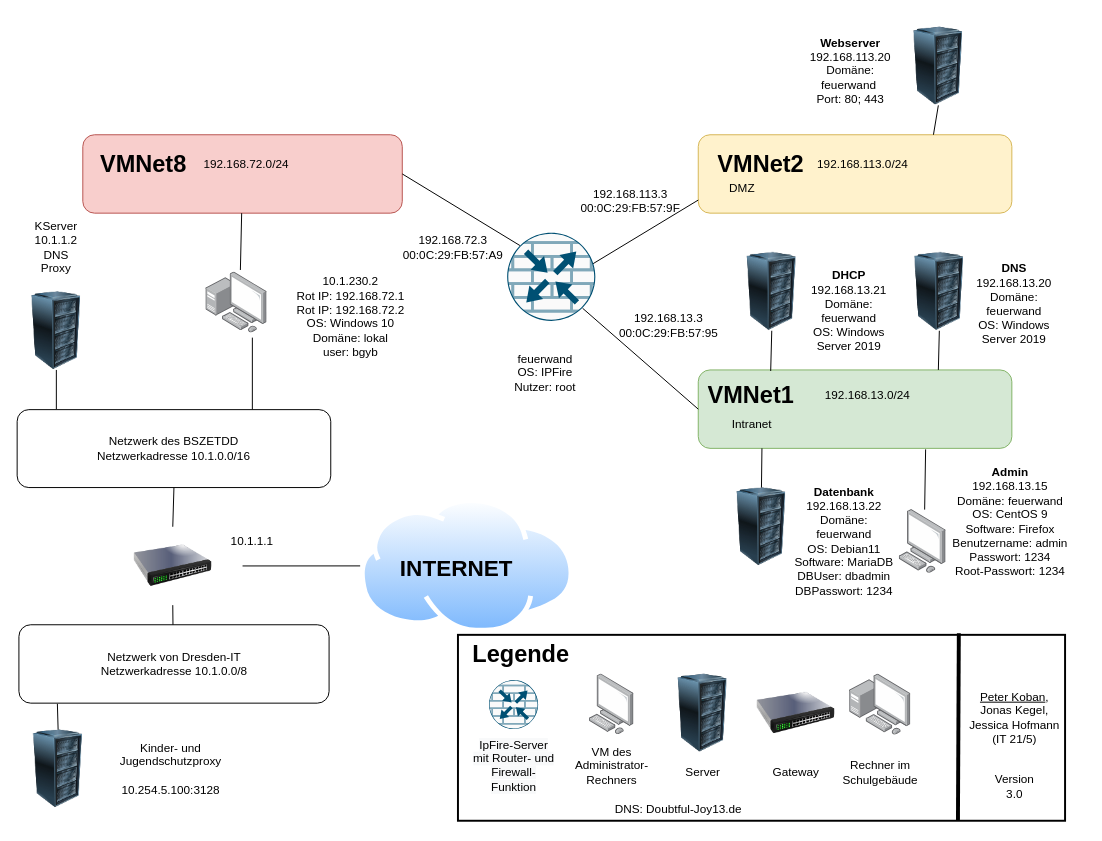
This is Netzwerkplan.drawio from peterLERNSAX/lf9-feuerwand, a draw.io file, before an edit. Source tidied: cells renumbered, new cells numbered last; positions are measured from the earlier drawing's top-left corner, leaving out a move shared by most shapes. Both pictures are drawn from the tidied source at 98%, with x=0, y=0 at pixel (17, 17).
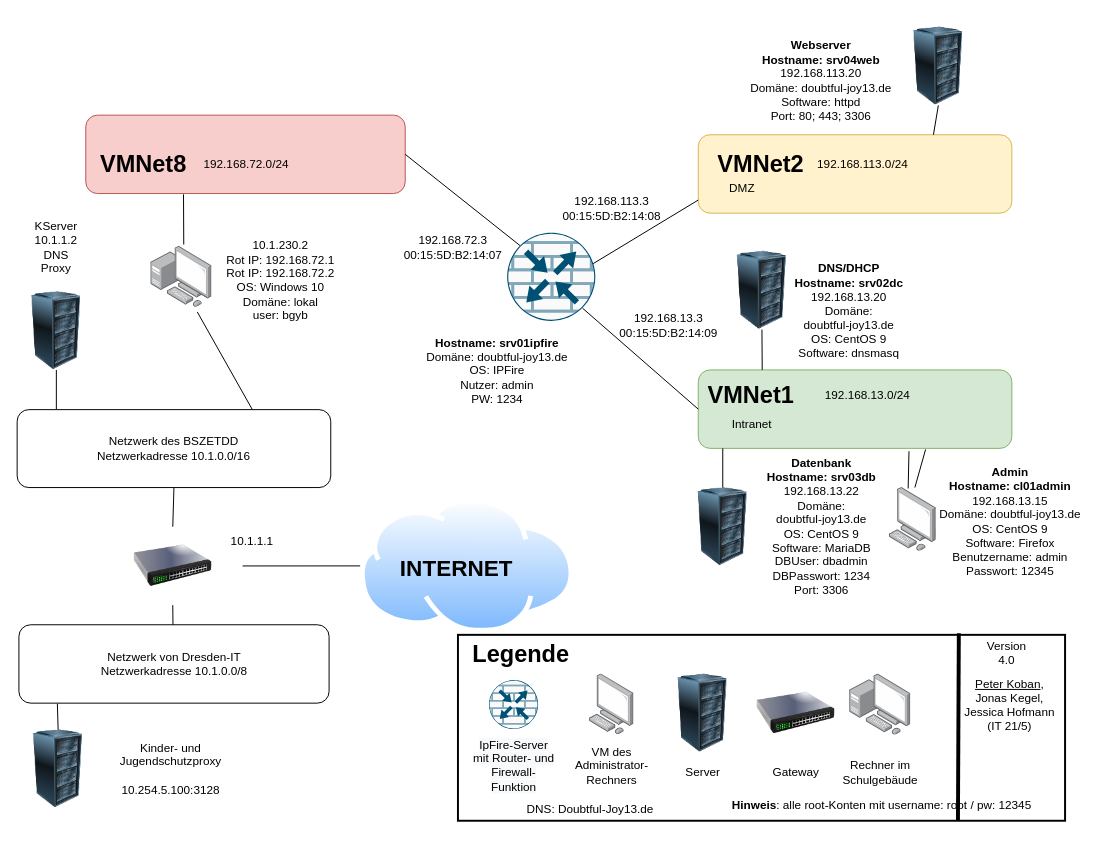
The same diagram, later.

Unchanged cells that the change refers to:
```xml
<mxCell id="6" style="rounded=1;whiteSpace=wrap;html=1;fillColor=#d5e8d4;strokeColor=#82b366;" parent="1" vertex="1">
  <mxGeometry x="695" y="360" width="320" height="80" as="geometry" />
</mxCell>
```

Diff of the diagram source:
```diff
@@
     <mxCell id="7" style="rounded=1;whiteSpace=wrap;html=1;fillColor=#f8cecc;strokeColor=#b85450;" parent="1" vertex="1">
-      <mxGeometry x="67" y="120" width="326" height="80" as="geometry" />
+      <mxGeometry x="70" y="100" width="326" height="80" as="geometry" />
     </mxCell>
@@
     <mxCell id="12" style="points=[];html=1;align=center;shadow=0;dashed=0;image;image=img/lib/allied_telesis/computer_and_terminals/Personal_Computer.svg;" parent="1" vertex="1">
-      <mxGeometry x="900" y="502.5" width="48" height="65" as="geometry" />
+      <mxGeometry x="890" y="480" width="48" height="65" as="geometry" />
     </mxCell>
@@
-    <mxCell id="19" value="&lt;div&gt;&lt;b&gt;Admin&lt;/b&gt;&lt;/div&gt;&lt;div&gt;192.168.13.15&lt;/div&gt;&lt;div&gt;Domäne: feuerwand&lt;/div&gt;&lt;div&gt;&lt;span style=&quot;background-color: initial;&quot;&gt;OS: CentOS 9&lt;/span&gt;&lt;br&gt;&lt;/div&gt;&lt;div&gt;Software: Firefox&lt;/div&gt;&lt;div&gt;Benutzername: admin&lt;/div&gt;&lt;div&gt;Passwort: 1234&lt;/div&gt;&lt;div&gt;Root-Passwort: 1234&lt;br&gt;&lt;/div&gt;" style="text;html=1;strokeColor=none;fillColor=none;align=center;verticalAlign=middle;whiteSpace=wrap;rounded=0;" parent="1" vertex="1">
+    <mxCell id="19" value="&lt;div&gt;&lt;b&gt;Admin&lt;/b&gt;&lt;/div&gt;&lt;div&gt;&lt;b&gt;Hostname: cl01admin&lt;/b&gt;&lt;/div&gt;&lt;div&gt;192.168.13.15&lt;/div&gt;&lt;div&gt;Domäne: doubtful-joy13.de&lt;/div&gt;&lt;div&gt;&lt;span&gt;OS: CentOS 9&lt;/span&gt;&lt;br&gt;&lt;/div&gt;&lt;div&gt;Software: Firefox&lt;/div&gt;&lt;div&gt;Benutzername: admin&lt;/div&gt;&lt;div&gt;Passwort: 12345&lt;/div&gt;" style="text;html=1;strokeColor=none;fillColor=none;align=center;verticalAlign=middle;whiteSpace=wrap;rounded=0;" parent="1" vertex="1">
       <mxGeometry x="938" y="440" width="151" height="150" as="geometry" />
     </mxCell>
-    <mxCell id="20" value="&lt;div&gt;192.168.13.3&lt;/div&gt;00:0C:29:FB:57:95" style="text;html=1;strokeColor=none;fillColor=none;align=center;verticalAlign=middle;whiteSpace=wrap;rounded=0;" parent="1" vertex="1">
+    <mxCell id="20" value="&lt;div&gt;192.168.13.3&lt;/div&gt;&lt;div&gt;00:15:5D:B2:14:09&lt;/div&gt;" style="text;html=1;strokeColor=none;fillColor=none;align=center;verticalAlign=middle;whiteSpace=wrap;rounded=0;" parent="1" vertex="1">
       <mxGeometry x="620" y="300" width="90" height="30" as="geometry" />
     </mxCell>
-    <mxCell id="21" value="&lt;div&gt;192.168.113.3&lt;/div&gt;&lt;div&gt;00:0C:29:FB:57:9F&lt;br&gt;&lt;/div&gt;&lt;div&gt;&lt;br&gt;&lt;/div&gt;" style="text;html=1;strokeColor=none;fillColor=none;align=center;verticalAlign=middle;whiteSpace=wrap;rounded=0;" parent="1" vertex="1">
-      <mxGeometry x="580.8" y="180" width="90" height="30" as="geometry" />
+    <mxCell id="21" value="&lt;div&gt;192.168.113.3&lt;/div&gt;&lt;div&gt;00:15:5D:B2:14:08&lt;br&gt;&lt;/div&gt;" style="text;html=1;strokeColor=none;fillColor=none;align=center;verticalAlign=middle;whiteSpace=wrap;rounded=0;" parent="1" vertex="1">
+      <mxGeometry x="561.7" y="180" width="90" height="30" as="geometry" />
     </mxCell>
-    <mxCell id="22" value="&lt;div&gt;192.168.72.3&lt;/div&gt;00:0C:29:FB:57:A9" style="text;html=1;strokeColor=none;fillColor=none;align=center;verticalAlign=middle;whiteSpace=wrap;rounded=0;" parent="1" vertex="1">
+    <mxCell id="22" value="&lt;div&gt;192.168.72.3&lt;/div&gt;00:15:5D:B2:14:07" style="text;html=1;strokeColor=none;fillColor=none;align=center;verticalAlign=middle;whiteSpace=wrap;rounded=0;" parent="1" vertex="1">
       <mxGeometry x="400" y="220" width="90" height="30" as="geometry" />
     </mxCell>
@@
-    <mxCell id="24" value="&lt;font style=&quot;font-size: 12px; line-height: 1;&quot;&gt;&lt;b&gt;Webserver&lt;br&gt;&lt;/b&gt;192.168.113.20&lt;br&gt;Domäne: feuerwand&amp;nbsp;&lt;br&gt;Port: 80; 443&lt;/font&gt;" style="text;html=1;strokeColor=none;fillColor=none;align=center;verticalAlign=middle;whiteSpace=wrap;rounded=0;" parent="1" vertex="1">
-      <mxGeometry x="800" width="101" height="110" as="geometry" />
+    <mxCell id="24" value="&lt;font style=&quot;font-size: 12px ; line-height: 1&quot;&gt;&lt;b&gt;Webserver&lt;br&gt;Hostname: srv04web&lt;br&gt;&lt;/b&gt;192.168.113.20&lt;br&gt;Domäne: doubtful-joy13.de&lt;br&gt;Software: httpd&lt;br&gt;Port: 80; 443; 3306&lt;/font&gt;" style="text;html=1;strokeColor=none;fillColor=none;align=center;verticalAlign=middle;whiteSpace=wrap;rounded=0;" parent="1" vertex="1">
+      <mxGeometry x="740" y="10" width="161" height="110" as="geometry" />
     </mxCell>
     <mxCell id="25" style="points=[];html=1;align=center;shadow=0;dashed=0;image;image=img/lib/allied_telesis/computer_and_terminals/Personal_Computer_with_Server.svg;" parent="1" vertex="1">
-      <mxGeometry x="192.6" y="260" width="62.4" height="62.4" as="geometry" />
+      <mxGeometry x="136.4" y="233.8" width="62.4" height="62.4" as="geometry" />
     </mxCell>
@@
-    <mxCell id="28" style="image;html=1;image=img/lib/clip_art/computers/Server_Rack_128x128.png;" parent="1" vertex="1">
-      <mxGeometry x="901" y="240" width="80" height="80" as="geometry" />
-    </mxCell>
-    <mxCell id="29" value="&lt;b&gt;DNS&lt;/b&gt;&lt;br&gt;&lt;div&gt;192.168.13.20&lt;/div&gt;&lt;div&gt;Domäne: feuerwand&lt;/div&gt;&lt;div&gt;OS: Windows Server 2019&lt;/div&gt;&lt;div&gt;&lt;br&gt;&lt;/div&gt;" style="text;html=1;strokeColor=none;fillColor=none;align=center;verticalAlign=middle;whiteSpace=wrap;rounded=0;" parent="1" vertex="1">
-      <mxGeometry x="964.5" y="240" width="105" height="120" as="geometry" />
-    </mxCell>
     <mxCell id="30" style="image;html=1;image=img/lib/clip_art/computers/Server_Rack_128x128.png;" parent="1" vertex="1">
-      <mxGeometry x="730" y="240" width="80" height="80" as="geometry" />
+      <mxGeometry x="720" y="238.8" width="80" height="80" as="geometry" />
     </mxCell>
-    <mxCell id="31" value="&lt;b&gt;DHCP&lt;/b&gt;&lt;br&gt;192.168.13.21&lt;br&gt;Domäne:&lt;br&gt;&lt;div&gt;feuerwand&lt;/div&gt;&lt;div&gt;OS: Windows Server 2019&lt;br&gt;&lt;/div&gt;" style="text;html=1;strokeColor=none;fillColor=none;align=center;verticalAlign=middle;whiteSpace=wrap;rounded=0;" parent="1" vertex="1">
-      <mxGeometry x="798" y="250" width="102" height="100" as="geometry" />
+    <mxCell id="31" value="&lt;b&gt;DNS/DHCP&lt;br&gt;Hostname: srv02dc&lt;br&gt;&lt;/b&gt;192.168.13.20&lt;br&gt;Domäne:&lt;br&gt;&lt;div&gt;doubtful-joy13.de&lt;/div&gt;&lt;div&gt;OS: CentOS 9&lt;br&gt;&lt;/div&gt;&lt;div&gt;Software: dnsmasq&lt;/div&gt;" style="text;html=1;strokeColor=none;fillColor=none;align=center;verticalAlign=middle;whiteSpace=wrap;rounded=0;" parent="1" vertex="1">
+      <mxGeometry x="788" y="250" width="122" height="100" as="geometry" />
     </mxCell>
     <mxCell id="32" value="&lt;div&gt;10.1.230.2&lt;/div&gt;&lt;div&gt;Rot IP: 192.168.72.1&lt;/div&gt;&lt;div&gt;Rot IP: 192.168.72.2&lt;/div&gt;&lt;div&gt;OS: Windows 10&lt;/div&gt;&lt;div&gt;Domäne: lokal&lt;/div&gt;&lt;div&gt;user: bgyb&lt;/div&gt;&lt;div&gt;&lt;br&gt;&lt;/div&gt;" style="text;html=1;strokeColor=none;fillColor=none;align=center;verticalAlign=middle;whiteSpace=wrap;rounded=0;" parent="1" vertex="1">
-      <mxGeometry x="263" y="270" width="155" height="85" as="geometry" />
+      <mxGeometry x="198.8" y="233.8" width="140" height="85" as="geometry" />
     </mxCell>
-    <mxCell id="33" style="endArrow=none;html=1;rounded=0;exitX=0.564;exitY=-0.032;exitDx=0;exitDy=0;exitPerimeter=0;" parent="1" edge="1" source="25" target="7">
-      <mxGeometry relative="1" as="geometry" />
+    <mxCell id="33" style="endArrow=none;html=1;rounded=0;entryX=0.306;entryY=1.01;entryDx=0;entryDy=0;entryPerimeter=0;" parent="1" edge="1" target="7">
+      <mxGeometry relative="1" as="geometry">
+        <mxPoint x="170" y="232" as="sourcePoint" />
+      </mxGeometry>
     </mxCell>
@@
-    <mxCell id="54" style="endArrow=none;html=1;rounded=0;fontSize=12;entryX=0.5;entryY=1;entryDx=0;entryDy=0;" parent="1" edge="1" target="28">
-      <mxGeometry relative="1" as="geometry">
-        <mxPoint x="940" y="360" as="sourcePoint" />
-      </mxGeometry>
-    </mxCell>
-    <mxCell id="55" style="endArrow=none;html=1;rounded=0;fontSize=12;entryX=0.5;entryY=1;entryDx=0;entryDy=0;exitX=0.231;exitY=0.013;exitDx=0;exitDy=0;exitPerimeter=0;" parent="1" edge="1" source="6" target="30">
+    <mxCell id="55" style="endArrow=none;html=1;rounded=0;fontSize=12;entryX=0.5;entryY=1;entryDx=0;entryDy=0;exitX=0.204;exitY=0;exitDx=0;exitDy=0;exitPerimeter=0;" parent="1" edge="1" source="6" target="30">
       <mxGeometry relative="1" as="geometry" />
     </mxCell>
@@
     <mxCell id="63" value="&lt;u&gt;Peter Koban&lt;/u&gt;, Jonas Kegel, Jessica Hofmann &lt;br&gt;(IT 21/5)" style="text;html=1;strokeColor=none;fillColor=none;align=center;verticalAlign=middle;whiteSpace=wrap;rounded=0;strokeWidth=2;" parent="1" vertex="1">
-      <mxGeometry x="966.8" y="647" width="102.2" height="136.5" as="geometry" />
+      <mxGeometry x="962.4" y="633.8" width="102.2" height="136.5" as="geometry" />
     </mxCell>
@@
-    <mxCell id="66" value="&lt;div&gt;feuerwand&lt;/div&gt;&lt;div&gt;OS: IPFire&lt;/div&gt;&lt;div&gt;Nutzer: root&lt;/div&gt;&lt;div&gt;&lt;br&gt;&lt;/div&gt;" style="text;html=1;strokeColor=none;fillColor=none;align=center;verticalAlign=middle;whiteSpace=wrap;rounded=0;" parent="1" vertex="1">
-      <mxGeometry x="488.3" y="330" width="101.7" height="80" as="geometry" />
+    <mxCell id="66" value="&lt;div&gt;&lt;br&gt;&lt;/div&gt;&lt;div&gt;&lt;b&gt;Hostname: srv01ipfire&lt;/b&gt;&lt;/div&gt;&lt;div&gt;Domäne: doubtful-joy13.de&lt;/div&gt;&lt;div&gt;OS: IPFire&lt;/div&gt;&lt;div&gt;Nutzer: admin&lt;/div&gt;&lt;div&gt;PW: 1234&lt;/div&gt;&lt;div&gt;&lt;br&gt;&lt;/div&gt;" style="text;html=1;strokeColor=none;fillColor=none;align=center;verticalAlign=middle;whiteSpace=wrap;rounded=0;" parent="1" vertex="1">
+      <mxGeometry x="410" y="320.5" width="160" height="80" as="geometry" />
     </mxCell>
-    <mxCell id="67" value="Version 3.0" style="text;html=1;strokeColor=none;fillColor=none;align=center;verticalAlign=middle;whiteSpace=wrap;rounded=0;" parent="1" vertex="1">
-      <mxGeometry x="987.9" y="770.3" width="60" height="30" as="geometry" />
+    <mxCell id="67" value="Version 4.0" style="text;html=1;strokeColor=none;fillColor=none;align=center;verticalAlign=middle;whiteSpace=wrap;rounded=0;" parent="1" vertex="1">
+      <mxGeometry x="980" y="633.8" width="60" height="30" as="geometry" />
     </mxCell>
     <mxCell id="68" value="DNS: Doubtful-Joy13.de" style="text;html=1;strokeColor=none;fillColor=none;align=center;verticalAlign=middle;whiteSpace=wrap;rounded=0;" parent="1" vertex="1">
-      <mxGeometry x="540" y="794" width="270" height="30" as="geometry" />
+      <mxGeometry x="449.5" y="793.8" width="270" height="30" as="geometry" />
     </mxCell>
     <mxCell id="69" style="image;html=1;image=img/lib/clip_art/computers/Server_Rack_128x128.png;" parent="1" vertex="1">
-      <mxGeometry x="719.5" y="480" width="80" height="80" as="geometry" />
+      <mxGeometry x="680" y="480" width="80" height="80" as="geometry" />
     </mxCell>
     <mxCell id="70" style="endArrow=none;html=1;rounded=0;fontSize=12;exitX=0.5;exitY=0;exitDx=0;exitDy=0;" parent="1" edge="1" source="69">
       <mxGeometry relative="1" as="geometry">
-        <mxPoint x="760" y="440" as="targetPoint" />
+        <mxPoint x="720" y="440" as="targetPoint" />
       </mxGeometry>
     </mxCell>
-    <mxCell id="71" value="&lt;div&gt;&lt;b&gt;Datenbank&lt;/b&gt;&lt;/div&gt;192.168.13.22&lt;br&gt;Domäne:&lt;br&gt;&lt;div&gt;feuerwand&lt;/div&gt;&lt;div&gt;OS: Debian11&lt;br&gt;&lt;/div&gt;&lt;div&gt;Software: MariaDB&lt;/div&gt;&lt;div&gt;DBUser: dbadmin&lt;/div&gt;&lt;div&gt;DBPasswort: 1234&lt;br&gt;&lt;/div&gt;" style="text;html=1;strokeColor=none;fillColor=none;align=center;verticalAlign=middle;whiteSpace=wrap;rounded=0;" parent="1" vertex="1">
-      <mxGeometry x="788" y="460" width="112" height="150" as="geometry" />
+    <mxCell id="71" value="&lt;div&gt;&lt;b&gt;Datenbank&lt;/b&gt;&lt;/div&gt;&lt;div&gt;&lt;b&gt;Hostname: srv03db&lt;/b&gt;&lt;/div&gt;192.168.13.22&lt;br&gt;Domäne:&lt;br&gt;&lt;div&gt;doubtful-joy13.de&lt;/div&gt;&lt;div&gt;OS: CentOS 9&lt;br&gt;&lt;/div&gt;&lt;div&gt;Software: MariaDB&lt;/div&gt;&lt;div&gt;DBUser: dbadmin&lt;/div&gt;&lt;div&gt;DBPasswort: 1234&lt;br&gt;&lt;/div&gt;&lt;div&gt;Port: 3306&lt;/div&gt;" style="text;html=1;strokeColor=none;fillColor=none;align=center;verticalAlign=middle;whiteSpace=wrap;rounded=0;" parent="1" vertex="1">
+      <mxGeometry x="759.5" y="445" width="122" height="150" as="geometry" />
     </mxCell>
+    <mxCell id="72" value="&lt;b&gt;Hinweis&lt;/b&gt;: alle root-Konten mit username: root / pw: 12345" style="text;html=1;strokeColor=none;fillColor=none;align=center;verticalAlign=middle;whiteSpace=wrap;rounded=0;" parent="1" vertex="1">
+      <mxGeometry x="700" y="790" width="364.6" height="30" as="geometry" />
+    </mxCell>
+    <mxCell id="73" style="endArrow=none;html=1;rounded=0;fontSize=12;exitX=0.4;exitY=0.015;exitDx=0;exitDy=0;exitPerimeter=0;entryX=0.672;entryY=1.037;entryDx=0;entryDy=0;entryPerimeter=0;" parent="1" edge="1" source="12" target="6">
+      <mxGeometry relative="1" as="geometry" />
+    </mxCell>
```
